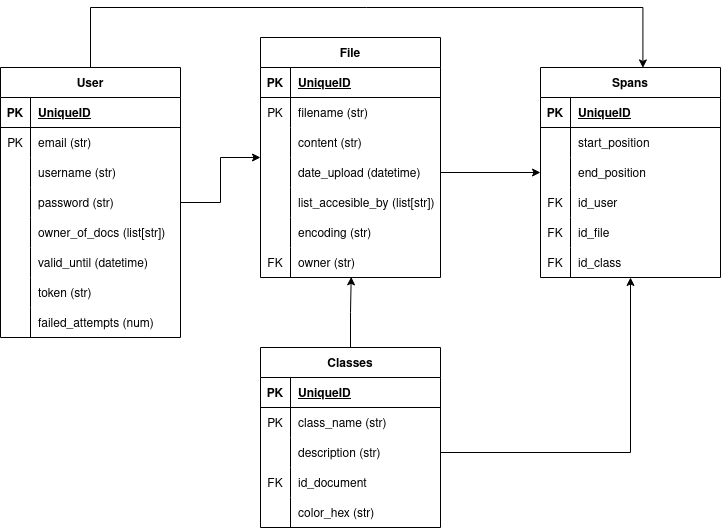
This is BackEnd/be-server-superv-segment/documentation/db/DB SupervSegmentizer.png from IsaacOlguin/SupervSegmentizer, a draw.io export, as it was before one commit. Source tidied: cells renumbered, new cells last; positions are measured from the earlier drawing's top-left corner, leaving out a move shared by most shapes.
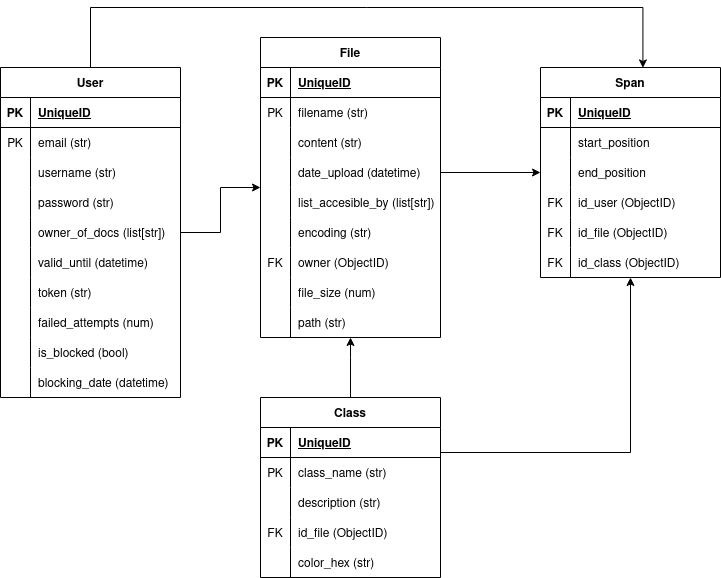
After the commit.

Change to the diagram source:
```diff
@@ -14,7 +14,7 @@
       </mxGeometry>
     </mxCell>
     <mxCell id="4" value="User" style="shape=table;startSize=30;rowLines=0;fontStyle=1;align=center;" parent="1" vertex="1">
-      <mxGeometry y="60" width="180" height="270" as="geometry" />
+      <mxGeometry y="60" width="180" height="330" as="geometry" />
     </mxCell>
     <mxCell id="5" style="shape=tableRow;horizontal=0;startSize=0;swimlaneHead=0;swimlaneBody=0;fillColor=none;top=0;left=0;right=0;bottom=1;" parent="4" vertex="1">
       <mxGeometry y="30" width="180" height="30" as="geometry" />
@@ -88,6 +88,24 @@
     <mxCell id="28" value="failed_attempts (num)" style="shape=partialRectangle;fillColor=none;top=0;left=0;bottom=0;right=0;align=left;spacingLeft=6;overflow=hidden;" parent="26" vertex="1">
       <mxGeometry x="30" width="150" height="30" as="geometry" />
     </mxCell>
+    <mxCell id="89" style="shape=tableRow;horizontal=0;startSize=0;swimlaneHead=0;swimlaneBody=0;fillColor=none;top=0;left=0;right=0;bottom=0;" parent="4" vertex="1">
+      <mxGeometry y="270" width="180" height="30" as="geometry" />
+    </mxCell>
+    <mxCell id="90" style="shape=partialRectangle;fillColor=none;top=0;left=0;bottom=0;right=0;overflow=hidden;" parent="89" vertex="1">
+      <mxGeometry width="30" height="30" as="geometry" />
+    </mxCell>
+    <mxCell id="91" value="is_blocked (bool)" style="shape=partialRectangle;fillColor=none;top=0;left=0;bottom=0;right=0;align=left;spacingLeft=6;overflow=hidden;" parent="89" vertex="1">
+      <mxGeometry x="30" width="150" height="30" as="geometry" />
+    </mxCell>
+    <mxCell id="92" style="shape=tableRow;horizontal=0;startSize=0;swimlaneHead=0;swimlaneBody=0;fillColor=none;top=0;left=0;right=0;bottom=0;" parent="4" vertex="1">
+      <mxGeometry y="300" width="180" height="30" as="geometry" />
+    </mxCell>
+    <mxCell id="93" style="shape=partialRectangle;fillColor=none;top=0;left=0;bottom=0;right=0;overflow=hidden;" parent="92" vertex="1">
+      <mxGeometry width="30" height="30" as="geometry" />
+    </mxCell>
+    <mxCell id="94" value="blocking_date (datetime)" style="shape=partialRectangle;fillColor=none;top=0;left=0;bottom=0;right=0;align=left;spacingLeft=6;overflow=hidden;" parent="92" vertex="1">
+      <mxGeometry x="30" width="150" height="30" as="geometry" />
+    </mxCell>
     <mxCell id="29" style="edgeStyle=orthogonalEdgeStyle;rounded=0;jettySize=auto;html=1;exitX=1;exitY=0.5;exitDx=0;exitDy=0;" parent="1" edge="1" source="30" target="76">
       <mxGeometry relative="1" as="geometry">
         <Array as="points">
@@ -96,7 +114,7 @@
       </mxGeometry>
     </mxCell>
     <mxCell id="30" value="File" style="shape=table;startSize=30;rowLines=0;fontStyle=1;align=center;" parent="1" vertex="1">
-      <mxGeometry x="260" y="30" width="180" height="240" as="geometry" />
+      <mxGeometry x="260" y="30" width="180" height="300" as="geometry" />
     </mxCell>
     <mxCell id="31" style="shape=tableRow;horizontal=0;startSize=0;swimlaneHead=0;swimlaneBody=0;fillColor=none;top=0;left=0;right=0;bottom=1;" parent="30" vertex="1">
       <mxGeometry y="30" width="180" height="30" as="geometry" />
@@ -158,14 +176,37 @@
     <mxCell id="50" value="FK" style="shape=partialRectangle;fillColor=none;top=0;left=0;bottom=0;right=0;overflow=hidden;" parent="49" vertex="1">
       <mxGeometry width="30" height="30" as="geometry" />
     </mxCell>
-    <mxCell id="51" value="owner (str)" style="shape=partialRectangle;fillColor=none;top=0;left=0;bottom=0;right=0;align=left;spacingLeft=6;overflow=hidden;" parent="49" vertex="1">
+    <mxCell id="51" value="owner (ObjectID)" style="shape=partialRectangle;fillColor=none;top=0;left=0;bottom=0;right=0;align=left;spacingLeft=6;overflow=hidden;" parent="49" vertex="1">
       <mxGeometry x="30" width="150" height="30" as="geometry" />
     </mxCell>
-    <mxCell id="52" style="edgeStyle=orthogonalEdgeStyle;rounded=0;jettySize=auto;html=1;exitX=0.5;exitY=0;exitDx=0;exitDy=0;entryX=0.504;entryY=0.978;entryDx=0;entryDy=0;entryPerimeter=0;" parent="1" edge="1" source="53" target="49">
-      <mxGeometry relative="1" as="geometry" />
-    </mxCell>
+    <mxCell id="95" style="shape=tableRow;horizontal=0;startSize=0;swimlaneHead=0;swimlaneBody=0;fillColor=none;top=0;left=0;right=0;bottom=0;" parent="30" vertex="1">
+      <mxGeometry y="240" width="180" height="30" as="geometry" />
+    </mxCell>
+    <mxCell id="96" style="shape=partialRectangle;fillColor=none;top=0;left=0;bottom=0;right=0;overflow=hidden;" parent="95" vertex="1">
+      <mxGeometry width="30" height="30" as="geometry" />
+    </mxCell>
+    <mxCell id="97" value="file_size (num)" style="shape=partialRectangle;fillColor=none;top=0;left=0;bottom=0;right=0;align=left;spacingLeft=6;overflow=hidden;" parent="95" vertex="1">
+      <mxGeometry x="30" width="150" height="30" as="geometry" />
+    </mxCell>
+    <mxCell id="98" style="shape=tableRow;horizontal=0;startSize=0;swimlaneHead=0;swimlaneBody=0;fillColor=none;points=[[0,0.5],[1,0.5]];portConstraint=eastwest;top=0;left=0;right=0;bottom=0;" parent="30" vertex="1">
+      <mxGeometry y="270" width="180" height="30" as="geometry" />
+    </mxCell>
+    <mxCell id="99" style="shape=partialRectangle;fillColor=none;top=0;left=0;bottom=0;right=0;overflow=hidden;" parent="98" vertex="1">
+      <mxGeometry width="30" height="30" as="geometry" />
+    </mxCell>
+    <mxCell id="100" value="path (str)" style="shape=partialRectangle;fillColor=none;top=0;left=0;bottom=0;right=0;align=left;spacingLeft=6;overflow=hidden;" parent="98" vertex="1">
+      <mxGeometry x="30" width="150" height="30" as="geometry" />
+    </mxCell>
+    <mxCell id="101" style="edgeStyle=orthogonalEdgeStyle;rounded=0;jettySize=auto;html=1;" parent="1" edge="1" source="53" target="98">
+      <mxGeometry relative="1" as="geometry">
+        <Array as="points">
+          <mxPoint x="350" y="350" />
+          <mxPoint x="350" y="350" />
+        </Array>
+      </mxGeometry>
+    </mxCell>
-    <mxCell id="53" value="Classes" style="shape=table;startSize=30;rowLines=0;fontStyle=1;align=center;" parent="1" vertex="1">
-      <mxGeometry x="260" y="340" width="180" height="180" as="geometry" />
+    <mxCell id="53" value="Class" style="shape=table;startSize=30;rowLines=0;fontStyle=1;align=center;" parent="1" vertex="1">
+      <mxGeometry x="260" y="390" width="180" height="180" as="geometry" />
     </mxCell>
     <mxCell id="54" style="shape=tableRow;horizontal=0;startSize=0;swimlaneHead=0;swimlaneBody=0;fillColor=none;top=0;left=0;right=0;bottom=1;" parent="53" vertex="1">
       <mxGeometry y="30" width="180" height="30" as="geometry" />
@@ -200,7 +241,7 @@
     <mxCell id="64" value="FK" style="shape=partialRectangle;fillColor=none;top=0;left=0;bottom=0;right=0;overflow=hidden;" parent="63" vertex="1">
       <mxGeometry width="30" height="30" as="geometry" />
     </mxCell>
-    <mxCell id="65" value="id_document" style="shape=partialRectangle;fillColor=none;top=0;left=0;bottom=0;right=0;align=left;spacingLeft=6;overflow=hidden;" parent="63" vertex="1">
+    <mxCell id="65" value="id_file (ObjectID)" style="shape=partialRectangle;fillColor=none;top=0;left=0;bottom=0;right=0;align=left;spacingLeft=6;overflow=hidden;" parent="63" vertex="1">
       <mxGeometry x="30" width="150" height="30" as="geometry" />
     </mxCell>
     <mxCell id="66" style="shape=tableRow;horizontal=0;startSize=0;swimlaneHead=0;swimlaneBody=0;fillColor=none;top=0;left=0;right=0;bottom=0;" parent="53" vertex="1">
@@ -212,7 +253,7 @@
     <mxCell id="68" value="color_hex (str)" style="shape=partialRectangle;fillColor=none;top=0;left=0;bottom=0;right=0;align=left;spacingLeft=6;overflow=hidden;" parent="66" vertex="1">
       <mxGeometry x="30" width="150" height="30" as="geometry" />
     </mxCell>
-    <mxCell id="69" value="Spans" style="shape=table;startSize=30;rowLines=0;fontStyle=1;align=center;" parent="1" vertex="1">
+    <mxCell id="69" value="Span" style="shape=table;startSize=30;rowLines=0;fontStyle=1;align=center;" parent="1" vertex="1">
       <mxGeometry x="540" y="60" width="180" height="210" as="geometry" />
     </mxCell>
     <mxCell id="70" style="shape=tableRow;horizontal=0;startSize=0;swimlaneHead=0;swimlaneBody=0;fillColor=none;top=0;left=0;right=0;bottom=1;" parent="69" vertex="1">
@@ -248,7 +289,7 @@
     <mxCell id="80" value="FK" style="shape=partialRectangle;fillColor=none;top=0;left=0;bottom=0;right=0;overflow=hidden;" parent="79" vertex="1">
       <mxGeometry width="30" height="30" as="geometry" />
     </mxCell>
-    <mxCell id="81" value="id_user" style="shape=partialRectangle;fillColor=none;top=0;left=0;bottom=0;right=0;align=left;spacingLeft=6;overflow=hidden;" parent="79" vertex="1">
+    <mxCell id="81" value="id_user (ObjectID)" style="shape=partialRectangle;fillColor=none;top=0;left=0;bottom=0;right=0;align=left;spacingLeft=6;overflow=hidden;" parent="79" vertex="1">
       <mxGeometry x="30" width="150" height="30" as="geometry" />
     </mxCell>
     <mxCell id="82" style="shape=tableRow;horizontal=0;startSize=0;swimlaneHead=0;swimlaneBody=0;fillColor=none;top=0;left=0;right=0;bottom=0;" parent="69" vertex="1">
@@ -257,7 +298,7 @@
     <mxCell id="83" value="FK" style="shape=partialRectangle;fillColor=none;top=0;left=0;bottom=0;right=0;overflow=hidden;" parent="82" vertex="1">
       <mxGeometry width="30" height="30" as="geometry" />
     </mxCell>
-    <mxCell id="84" value="id_file" style="shape=partialRectangle;fillColor=none;top=0;left=0;bottom=0;right=0;align=left;spacingLeft=6;overflow=hidden;" parent="82" vertex="1">
+    <mxCell id="84" value="id_file (ObjectID)" style="shape=partialRectangle;fillColor=none;top=0;left=0;bottom=0;right=0;align=left;spacingLeft=6;overflow=hidden;" parent="82" vertex="1">
       <mxGeometry x="30" width="150" height="30" as="geometry" />
     </mxCell>
     <mxCell id="85" style="shape=tableRow;horizontal=0;startSize=0;swimlaneHead=0;swimlaneBody=0;fillColor=none;points=[[0,0.5],[1,0.5]];portConstraint=eastwest;top=0;left=0;right=0;bottom=0;" parent="69" vertex="1">
@@ -266,7 +307,7 @@
     <mxCell id="86" value="FK" style="shape=partialRectangle;fillColor=none;top=0;left=0;bottom=0;right=0;overflow=hidden;" parent="85" vertex="1">
       <mxGeometry width="30" height="30" as="geometry" />
     </mxCell>
-    <mxCell id="87" value="id_class" style="shape=partialRectangle;fillColor=none;top=0;left=0;bottom=0;right=0;align=left;spacingLeft=6;overflow=hidden;" parent="85" vertex="1">
+    <mxCell id="87" value="id_class (ObjectID)" style="shape=partialRectangle;fillColor=none;top=0;left=0;bottom=0;right=0;align=left;spacingLeft=6;overflow=hidden;" parent="85" vertex="1">
       <mxGeometry x="30" width="150" height="30" as="geometry" />
     </mxCell>
     <mxCell id="88" style="edgeStyle=orthogonalEdgeStyle;rounded=0;jettySize=auto;html=1;exitX=1;exitY=0.5;exitDx=0;exitDy=0;" parent="1" edge="1" source="60" target="85">
```
